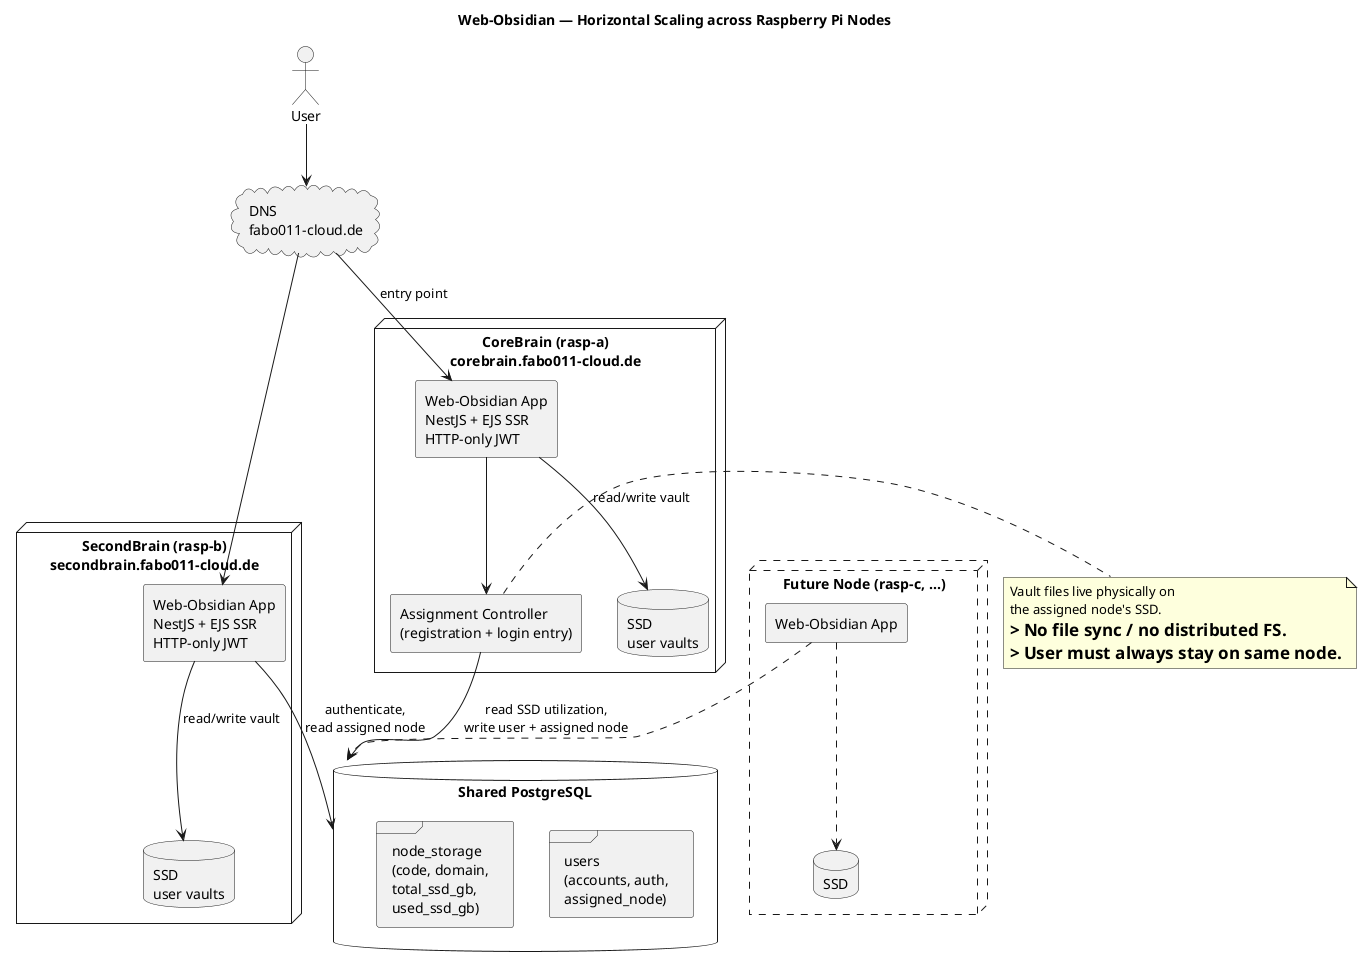
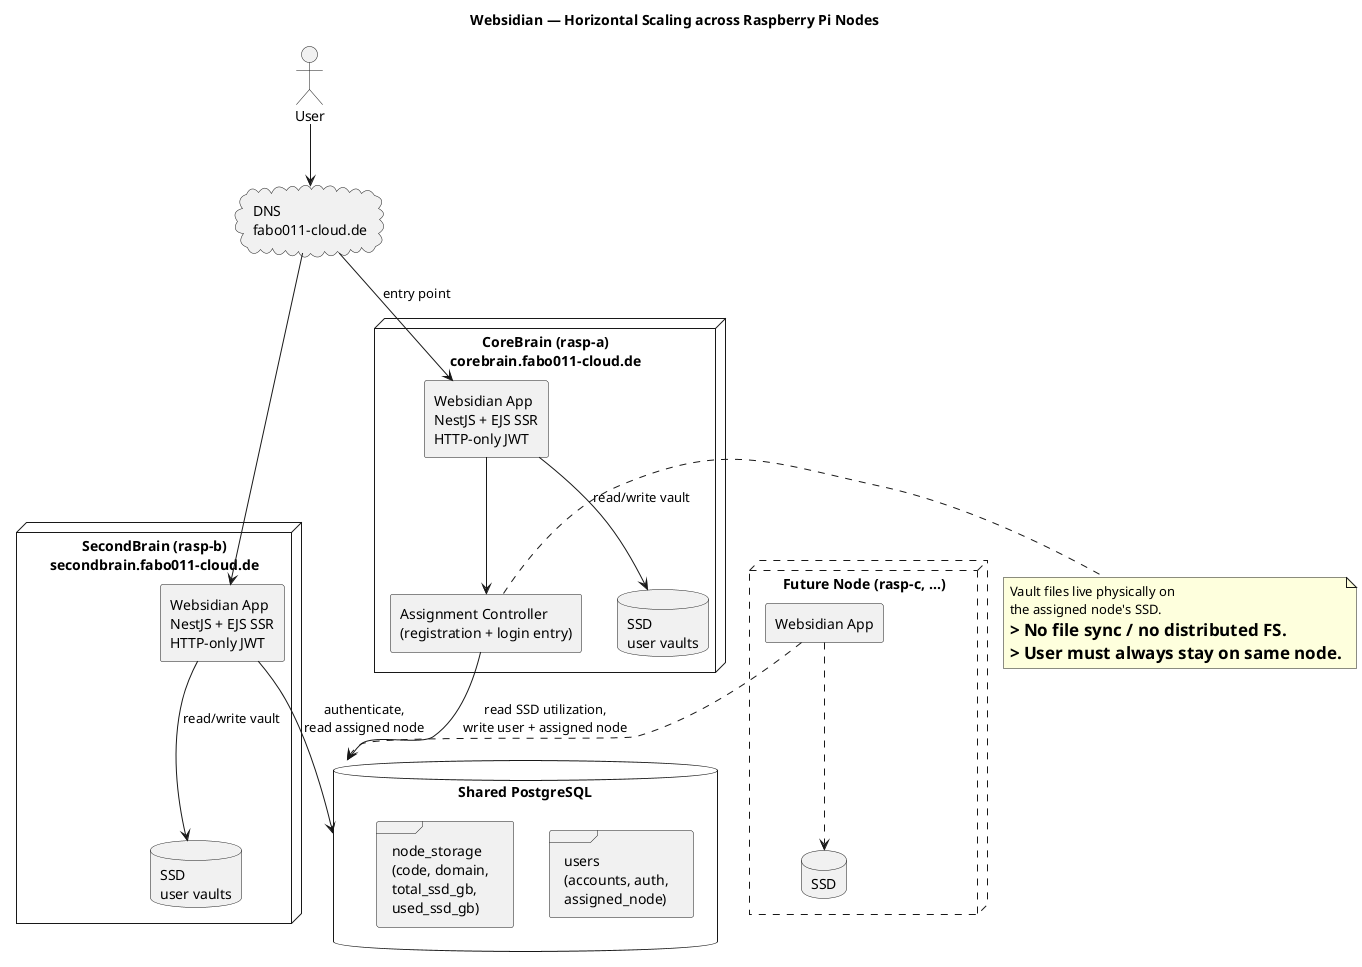
- @startuml web-obsidian-scaling
- title Web-Obsidian — Horizontal Scaling across Raspberry Pi Nodes
+ @startuml websidian-scaling
+ title Websidian — Horizontal Scaling across Raspberry Pi Nodes

skinparam componentStyle rectangle
skinparam shadowing false

actor User

cloud "DNS\nfabo011-cloud.de" as DNS

node "CoreBrain (rasp-a)\ncorebrain.fabo011-cloud.de" as RaspA {
-   component "Web-Obsidian App\nNestJS + EJS SSR\nHTTP-only JWT" as AppA
+   component "Websidian App\nNestJS + EJS SSR\nHTTP-only JWT" as AppA
  component "Assignment Controller\n(registration + login entry)" as Assign
  database "SSD\nuser vaults" as SsdA
}

node "SecondBrain (rasp-b)\nsecondbrain.fabo011-cloud.de" as RaspB {
-   component "Web-Obsidian App\nNestJS + EJS SSR\nHTTP-only JWT" as AppB
+   component "Websidian App\nNestJS + EJS SSR\nHTTP-only JWT" as AppB
  database "SSD\nuser vaults" as SsdB
}

node "Future Node (rasp-c, ...)" as RaspC #line.dashed {
-   component "Web-Obsidian App" as AppC
+   component "Websidian App" as AppC
  database "SSD" as SsdC
}

database "Shared PostgreSQL" as PG {
  frame "users\n(accounts, auth,\nassigned_node)" as Tusers
  frame "node_storage\n(code, domain,\ntotal_ssd_gb,\nused_ssd_gb)" as Tnodes
}

User --> DNS
DNS --> AppA : entry point
DNS --> AppB

AppA --> Assign
Assign --> PG : read SSD utilization,\nwrite user + assigned node
AppB --> PG : authenticate,\nread assigned node
AppC ..> PG

AppA --> SsdA : read/write vault
AppB --> SsdB : read/write vault
AppC ..> SsdC

note right of Assign
  Vault files live physically on
  the assigned node's SSD.
  => No file sync / no distributed FS.
  => User must always stay on same node.
end note

@enduml